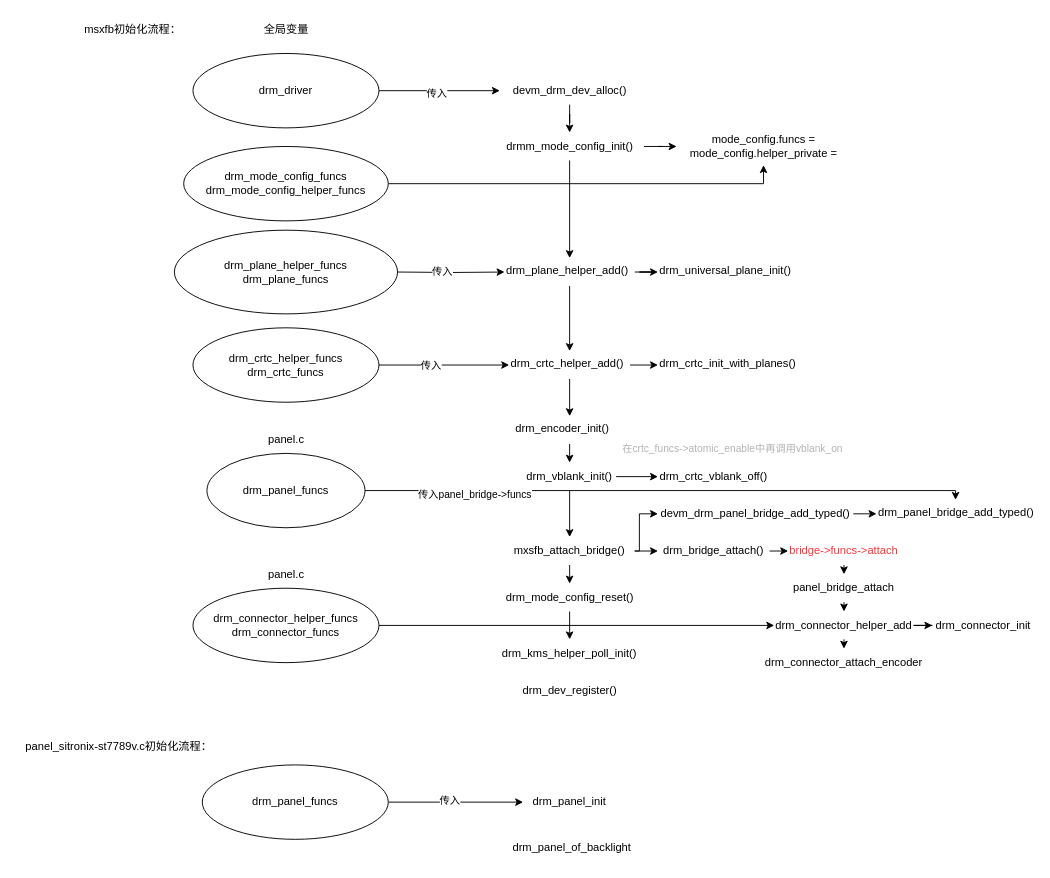
Above: drm_driver_init.drawio in YC-Xiang/draw.io (draw.io), before the change. Source tidied: cells renumbered, new cells numbered last; positions are measured from the earlier drawing's top-left corner, leaving out a move shared by most shapes. Both pictures are drawn from the tidied source at 93%, with x=0, y=0 at pixel (16, 16).
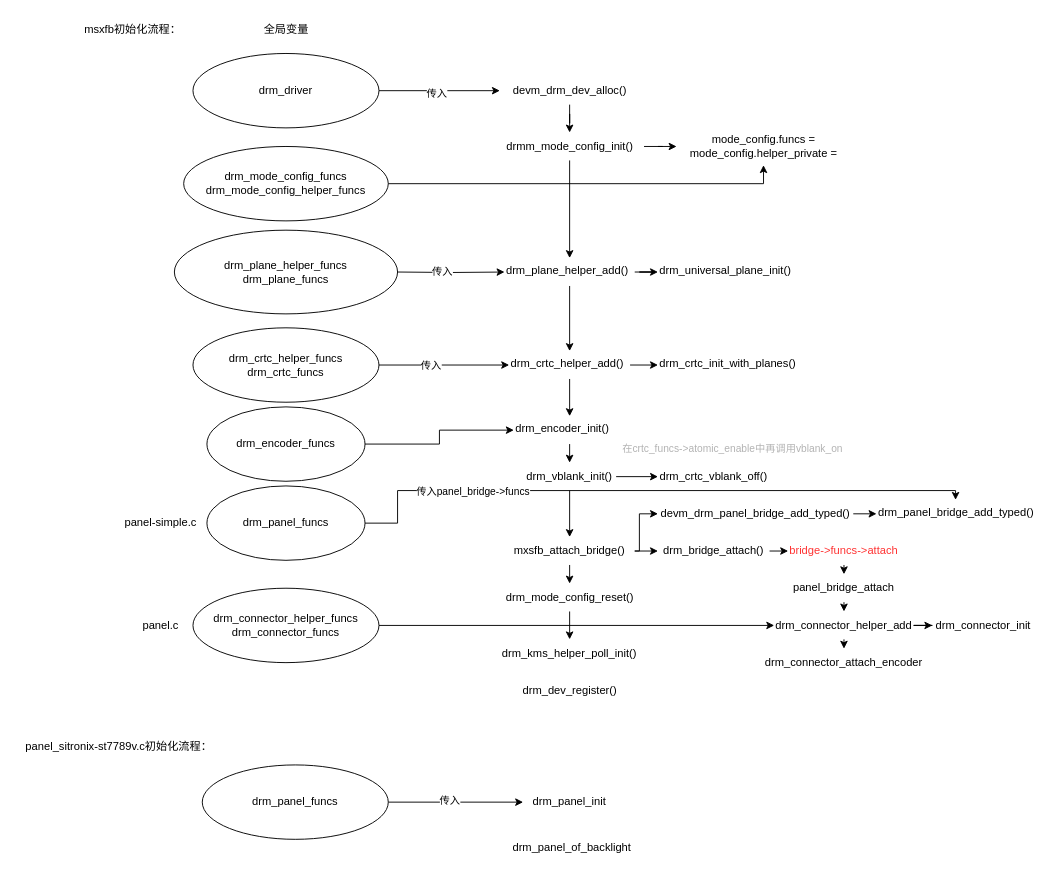
Above is the later version.

The change refers to these unchanged cells:
```xml
<mxCell id="22" value="drm_encoder_init()" style="text;whiteSpace=wrap;html=1;" parent="1" vertex="1">
  <mxGeometry x="535" y="430" width="120" height="30" as="geometry" />
</mxCell>
<mxCell id="64" value="drm_panel_bridge_add_typed()" style="text;whiteSpace=wrap;html=1;" parent="1" vertex="1">
  <mxGeometry x="925" y="520" width="170" height="30" as="geometry" />
</mxCell>
```

Change to the diagram source:
```diff
@@
     <mxCell id="55" value="panel.c" style="text;html=1;align=center;verticalAlign=middle;strokeColor=none;fillColor=none;" parent="1" vertex="1">
-      <mxGeometry x="260" y="585" width="60" height="30" as="geometry" />
+      <mxGeometry x="125" y="640" width="60" height="30" as="geometry" />
     </mxCell>
@@
-    <mxCell id="65" style="edgeStyle=orthogonalEdgeStyle;rounded=0;jettySize=auto;html=1;exitX=0.5;exitY=1;exitDx=0;exitDy=0;entryX=0.5;entryY=0;entryDx=0;entryDy=0;" parent="1" edge="1" source="67" target="64">
+    <mxCell id="65" style="edgeStyle=orthogonalEdgeStyle;rounded=0;jettySize=auto;html=1;exitX=1;exitY=0.5;exitDx=0;exitDy=0;entryX=0.5;entryY=0;entryDx=0;entryDy=0;" parent="1" edge="1" source="67" target="64">
       <mxGeometry relative="1" as="geometry">
         <Array as="points">
-          <mxPoint x="290" y="510" />
+          <mxPoint x="410" y="545" />
+          <mxPoint x="410" y="510" />
           <mxPoint x="1010" y="510" />
         </Array>
       </mxGeometry>
     </mxCell>
     <mxCell id="66" value="传入panel_bridge-&amp;gt;funcs" style="edgeLabel;html=1;align=center;verticalAlign=middle;" parent="65" vertex="1">
       <mxGeometry x="-0.36" y="4" relative="1" as="geometry">
-        <mxPoint x="-4" y="7" as="offset" />
+        <mxPoint x="-68" y="4" as="offset" />
       </mxGeometry>
     </mxCell>
     <mxCell id="67" value="drm_panel_funcs&lt;div&gt;&lt;/div&gt;" style="ellipse;whiteSpace=wrap;html=1;" parent="1" vertex="1">
-      <mxGeometry x="205" y="470" width="170" height="80" as="geometry" />
+      <mxGeometry x="205" y="505" width="170" height="80" as="geometry" />
     </mxCell>
-    <mxCell id="68" value="panel.c" style="text;html=1;align=center;verticalAlign=middle;strokeColor=none;fillColor=none;" parent="1" vertex="1">
-      <mxGeometry x="260" y="440" width="60" height="30" as="geometry" />
+    <mxCell id="68" value="panel-simple.c" style="text;html=1;align=center;verticalAlign=middle;strokeColor=none;fillColor=none;" parent="1" vertex="1">
+      <mxGeometry x="105" y="530" width="100" height="30" as="geometry" />
     </mxCell>
@@
+    <mxCell id="71" style="edgeStyle=orthogonalEdgeStyle;rounded=0;jettySize=auto;html=1;exitX=1;exitY=0.5;exitDx=0;exitDy=0;entryX=0;entryY=0.5;entryDx=0;entryDy=0;" parent="1" edge="1" source="72" target="22">
+      <mxGeometry relative="1" as="geometry" />
+    </mxCell>
+    <mxCell id="72" value="drm_encoder_funcs&lt;div&gt;&lt;/div&gt;" style="ellipse;whiteSpace=wrap;html=1;" parent="1" vertex="1">
+      <mxGeometry x="205" y="420" width="170" height="80" as="geometry" />
+    </mxCell>
```
